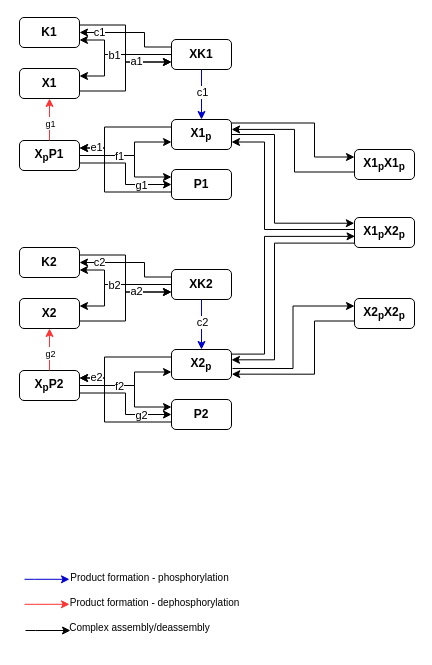
The draw.io diagram diagrams/Model5.drawio in explodecomputer/DynaMR, before the edit. Source tidied: cells renumbered, new cells numbered last; positions are measured from the earlier drawing's top-left corner, leaving out a move shared by most shapes. Both pictures are drawn from the tidied source at 100%, with x=0, y=0 at pixel (19, 17).
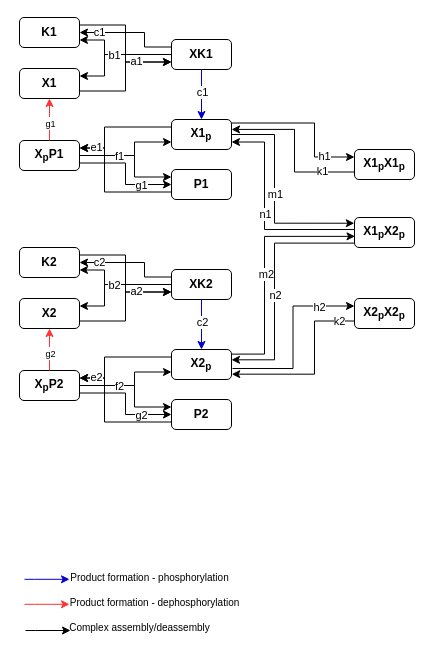
The same page after the edit.

The change refers to these unchanged cells:
```xml
<mxCell id="15" style="edgeStyle=orthogonalEdgeStyle;rounded=0;jettySize=auto;html=1;exitX=0.995;exitY=0.117;exitDx=0;exitDy=0;entryX=0;entryY=0.25;entryDx=0;entryDy=0;exitPerimeter=0;" parent="1" edge="1" source="25" target="65">
  <mxGeometry relative="1" as="geometry">
    <Array as="points">
      <mxPoint x="295" y="106" />
      <mxPoint x="295" y="140" />
    </Array>
  </mxGeometry>
</mxCell>
<mxCell id="24" style="edgeStyle=orthogonalEdgeStyle;rounded=0;jettySize=auto;html=1;exitX=1;exitY=0.5;exitDx=0;exitDy=0;entryX=-0.003;entryY=0.191;entryDx=0;entryDy=0;entryPerimeter=0;" parent="1" edge="1" source="25" target="68">
  <mxGeometry relative="1" as="geometry">
    <Array as="points">
      <mxPoint x="255" y="117" />
      <mxPoint x="255" y="206" />
      <mxPoint x="335" y="206" />
    </Array>
  </mxGeometry>
</mxCell>
<mxCell id="51" style="edgeStyle=orthogonalEdgeStyle;rounded=0;jettySize=auto;html=1;exitX=1.017;exitY=0.633;exitDx=0;exitDy=0;entryX=0;entryY=0.25;entryDx=0;entryDy=0;exitPerimeter=0;" parent="1" edge="1" source="53" target="70">
  <mxGeometry relative="1" as="geometry" />
</mxCell>
<mxCell id="52" style="edgeStyle=orthogonalEdgeStyle;rounded=0;jettySize=auto;html=1;entryX=0.009;entryY=0.629;entryDx=0;entryDy=0;entryPerimeter=0;exitX=1.001;exitY=0.154;exitDx=0;exitDy=0;exitPerimeter=0;" parent="1" edge="1" source="53" target="68">
  <mxGeometry relative="1" as="geometry">
    <Array as="points">
      <mxPoint x="245" y="337" />
      <mxPoint x="245" y="219" />
    </Array>
  </mxGeometry>
</mxCell>
<mxCell id="64" style="edgeStyle=orthogonalEdgeStyle;rounded=0;jettySize=auto;html=1;exitX=0;exitY=0.75;exitDx=0;exitDy=0;entryX=1.001;entryY=0.331;entryDx=0;entryDy=0;entryPerimeter=0;" parent="1" edge="1" source="65" target="25">
  <mxGeometry relative="1" as="geometry">
    <Array as="points">
      <mxPoint x="275" y="154" />
      <mxPoint x="275" y="112" />
    </Array>
  </mxGeometry>
</mxCell>
<mxCell id="66" style="edgeStyle=orthogonalEdgeStyle;rounded=0;jettySize=auto;html=1;exitX=-0.005;exitY=0.401;exitDx=0;exitDy=0;entryX=1;entryY=0.75;entryDx=0;entryDy=0;exitPerimeter=0;" parent="1" edge="1" source="68" target="25">
  <mxGeometry relative="1" as="geometry">
    <Array as="points">
      <mxPoint x="245" y="212" />
      <mxPoint x="245" y="125" />
    </Array>
  </mxGeometry>
</mxCell>
<mxCell id="67" style="edgeStyle=orthogonalEdgeStyle;rounded=0;jettySize=auto;html=1;exitX=-0.006;exitY=0.854;exitDx=0;exitDy=0;entryX=1;entryY=0.344;entryDx=0;entryDy=0;entryPerimeter=0;exitPerimeter=0;" parent="1" edge="1" source="68" target="53">
  <mxGeometry relative="1" as="geometry">
    <Array as="points">
      <mxPoint x="255" y="226" />
      <mxPoint x="255" y="342" />
    </Array>
  </mxGeometry>
</mxCell>
<mxCell id="69" style="edgeStyle=orthogonalEdgeStyle;rounded=0;jettySize=auto;html=1;exitX=0;exitY=0.75;exitDx=0;exitDy=0;entryX=1.004;entryY=0.822;entryDx=0;entryDy=0;entryPerimeter=0;" parent="1" edge="1" source="70" target="53">
  <mxGeometry relative="1" as="geometry">
    <Array as="points">
      <mxPoint x="295" y="303" />
      <mxPoint x="295" y="357" />
      <mxPoint x="212" y="357" />
    </Array>
  </mxGeometry>
</mxCell>
```

The edit, as a diff of the source:
```diff
@@
+    <mxCell id="71" value="h1" style="edgeLabel;html=1;align=center;verticalAlign=middle;" parent="15" vertex="1">
+      <mxGeometry x="0.61" y="1" relative="1" as="geometry" />
+    </mxCell>
@@
+    <mxCell id="72" value="m1" style="edgeLabel;html=1;align=center;verticalAlign=middle;" parent="24" vertex="1">
+      <mxGeometry x="-0.04" relative="1" as="geometry" />
+    </mxCell>
@@
+    <mxCell id="73" value="h2" style="edgeLabel;html=1;align=center;verticalAlign=middle;" parent="51" vertex="1">
+      <mxGeometry x="0.61" y="-1" relative="1" as="geometry" />
+    </mxCell>
@@
+    <mxCell id="74" value="m2" style="edgeLabel;html=1;align=center;verticalAlign=middle;" parent="52" vertex="1">
+      <mxGeometry x="-0.06" y="-1" relative="1" as="geometry" />
+    </mxCell>
@@
+    <mxCell id="75" value="k1" style="edgeLabel;html=1;align=center;verticalAlign=middle;" parent="64" vertex="1">
+      <mxGeometry x="-0.6" y="-1" relative="1" as="geometry" />
+    </mxCell>
@@
+    <mxCell id="76" value="n1" style="edgeLabel;html=1;align=center;verticalAlign=middle;" parent="66" vertex="1">
+      <mxGeometry relative="1" as="geometry" />
+    </mxCell>
@@
+    <mxCell id="77" value="n2" style="edgeLabel;html=1;align=center;verticalAlign=middle;" parent="67" vertex="1">
+      <mxGeometry x="0.1" relative="1" as="geometry" />
+    </mxCell>
@@
+    <mxCell id="78" value="k2" style="edgeLabel;html=1;align=center;verticalAlign=middle;" parent="69" vertex="1">
+      <mxGeometry x="-0.82" relative="1" as="geometry" />
+    </mxCell>
```
